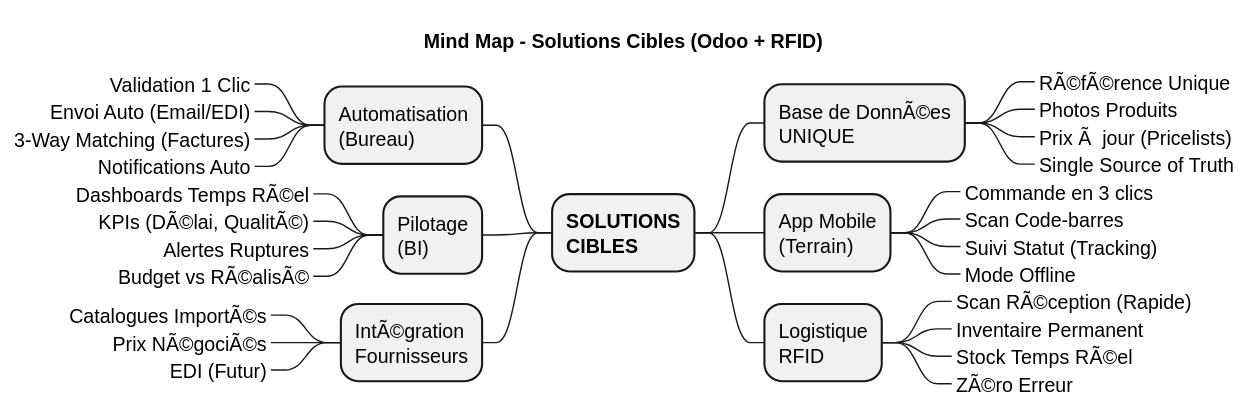
The PlantUML diagram Dossier_Travail/Services/Achats-Logistique/uml/svg/Solutions_Achats_Logistique.svg in JordanSerafini/Audit_Duret, before a commit.
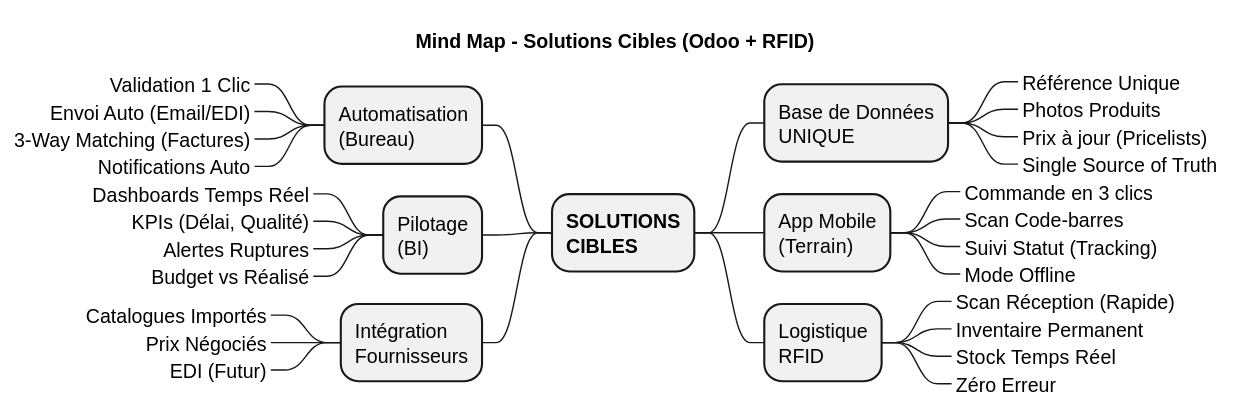
After the change.

The edit, as a diff of the source:
```diff
@@ -3,10 +3,10 @@
 title Mind Map - Solutions Cibles (Odoo + RFID)
 
 * **SOLUTIONS**\n**CIBLES**
-** Base de DonnÃ©es\nUNIQUE
-***_ RÃ©fÃ©rence Unique
+** Base de Données\nUNIQUE
+***_ Référence Unique
 ***_ Photos Produits
-***_ Prix Ã  jour (Pricelists)
+***_ Prix à jour (Pricelists)
 ***_ Single Source of Truth
 
 ** App Mobile\n(Terrain)
@@ -16,10 +16,10 @@
 ***_ Mode Offline
 
 ** Logistique\nRFID
-***_ Scan RÃ©ception (Rapide)
+***_ Scan Réception (Rapide)
 ***_ Inventaire Permanent
-***_ Stock Temps RÃ©el
-***_ ZÃ©ro Erreur
+***_ Stock Temps Réel
+***_ Zéro Erreur
 
 left side
 
@@ -30,14 +30,14 @@
 ***_ Notifications Auto
 
 ** Pilotage\n(BI)
-***_ Dashboards Temps RÃ©el
-***_ KPIs (DÃ©lai, QualitÃ©)
+***_ Dashboards Temps Réel
+***_ KPIs (Délai, Qualité)
 ***_ Alertes Ruptures
-***_ Budget vs RÃ©alisÃ©
+***_ Budget vs Réalisé
 
-** IntÃ©gration\nFournisseurs
-***_ Catalogues ImportÃ©s
-***_ Prix NÃ©gociÃ©s
+** Intégration\nFournisseurs
+***_ Catalogues Importés
+***_ Prix Négociés
 ***_ EDI (Futur)
 
 @endmindmap
```
